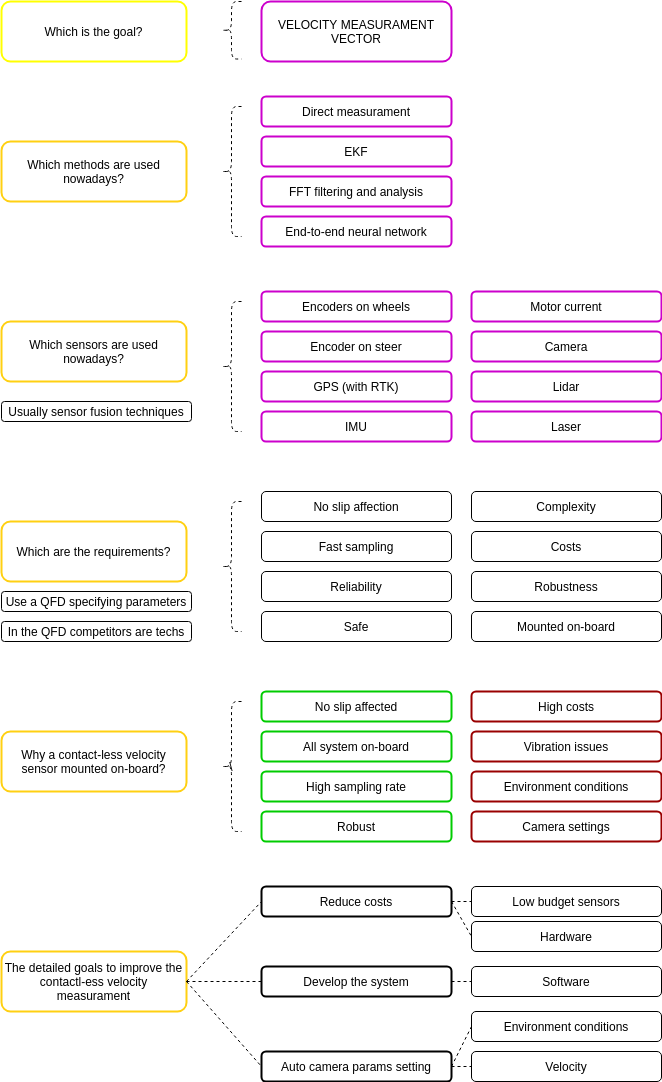
This is flow.png from MatteoSpadetto/race_dv_velocity, a draw.io export, as it was before one commit. Source tidied: cells renumbered, new cells last; positions are measured from the earlier drawing's top-left corner, leaving out a move shared by most shapes.
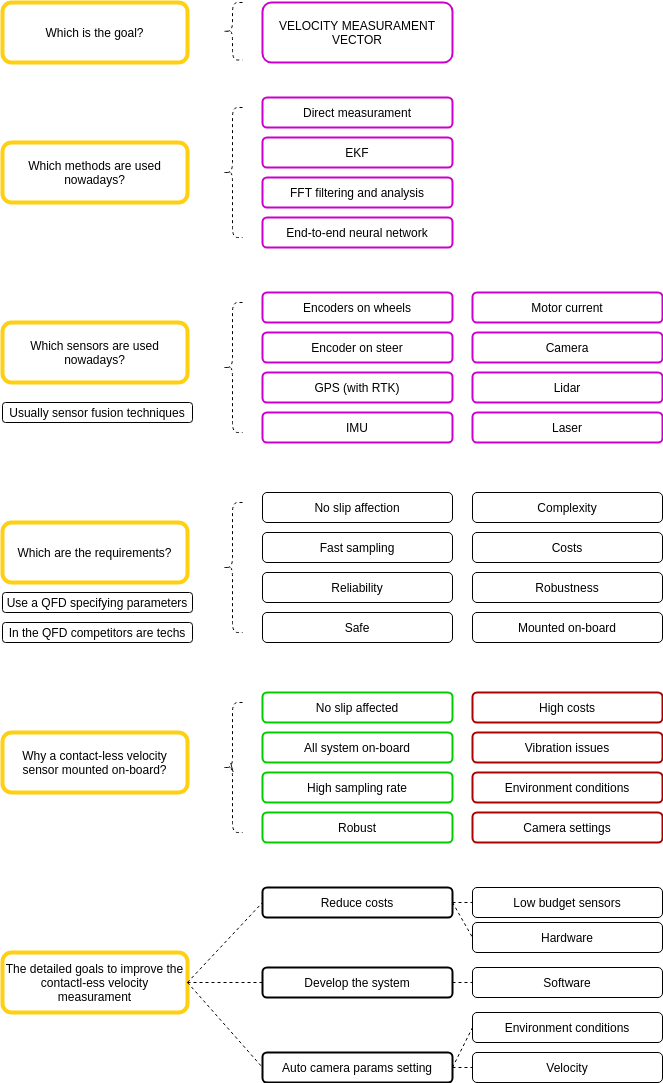
The same file after the commit.

Diff of the diagram source:
```diff
@@ -2,10 +2,10 @@
   <root>
     <mxCell id="0" />
     <mxCell id="1" parent="0" />
-    <mxCell id="2" value="Which is the goal?" style="whiteSpace=wrap;html=1;rounded=1;strokeColor=#FFFF00;strokeWidth=2;" parent="1" vertex="1">
+    <mxCell id="2" value="Which is the goal?" style="whiteSpace=wrap;html=1;rounded=1;strokeWidth=4;strokeColor=#FFD012;" parent="1" vertex="1">
       <mxGeometry width="185" height="60" as="geometry" />
     </mxCell>
-    <mxCell id="3" value="Which methods are used nowadays?" style="whiteSpace=wrap;html=1;rounded=1;strokeWidth=2;strokeColor=#FFD012;" parent="1" vertex="1">
+    <mxCell id="3" value="Which methods are used nowadays?" style="whiteSpace=wrap;html=1;rounded=1;strokeWidth=4;strokeColor=#FFD012;" parent="1" vertex="1">
       <mxGeometry y="140" width="185" height="60" as="geometry" />
     </mxCell>
     <mxCell id="4" value="VELOCITY MEASURAMENT VECTOR" style="whiteSpace=wrap;html=1;rounded=1;strokeColor=#CC00CC;strokeWidth=2;" parent="1" vertex="1">
@@ -26,7 +26,7 @@
     <mxCell id="9" value="Direct measurament" style="whiteSpace=wrap;html=1;rounded=1;strokeColor=#CC00CC;strokeWidth=2;" parent="1" vertex="1">
       <mxGeometry x="260" y="95" width="190" height="30" as="geometry" />
     </mxCell>
-    <mxCell id="10" value="Which sensors are used nowadays?" style="whiteSpace=wrap;html=1;rounded=1;strokeWidth=2;strokeColor=#FFD012;" parent="1" vertex="1">
+    <mxCell id="10" value="Which sensors are used nowadays?" style="whiteSpace=wrap;html=1;rounded=1;strokeWidth=4;strokeColor=#FFD012;" parent="1" vertex="1">
       <mxGeometry y="320" width="185" height="60" as="geometry" />
     </mxCell>
     <mxCell id="11" value="FFT filtering and analysis" style="whiteSpace=wrap;html=1;rounded=1;strokeColor=#CC00CC;strokeWidth=2;" parent="1" vertex="1">
@@ -53,7 +53,7 @@
     <mxCell id="18" value="Encoder on steer" style="whiteSpace=wrap;html=1;rounded=1;strokeColor=#CC00CC;strokeWidth=2;" parent="1" vertex="1">
       <mxGeometry x="260" y="330" width="190" height="30" as="geometry" />
     </mxCell>
-    <mxCell id="19" value="Which are the requirements?" style="whiteSpace=wrap;html=1;rounded=1;strokeWidth=2;strokeColor=#FFD012;" parent="1" vertex="1">
+    <mxCell id="19" value="Which are the requirements?" style="whiteSpace=wrap;html=1;rounded=1;strokeWidth=4;strokeColor=#FFD012;" parent="1" vertex="1">
       <mxGeometry y="520" width="185" height="60" as="geometry" />
     </mxCell>
     <mxCell id="20" value="Use a QFD specifying parameters" style="whiteSpace=wrap;html=1;rounded=1;" parent="1" vertex="1">
@@ -86,7 +86,7 @@
     <mxCell id="29" value="Fast sampling" style="whiteSpace=wrap;html=1;rounded=1;" parent="1" vertex="1">
       <mxGeometry x="260" y="530" width="190" height="30" as="geometry" />
     </mxCell>
-    <mxCell id="30" value="Why a contact-less velocity sensor mounted on-board?" style="whiteSpace=wrap;html=1;rounded=1;strokeWidth=2;strokeColor=#FFD012;" parent="1" vertex="1">
+    <mxCell id="30" value="Why a contact-less velocity sensor mounted on-board?" style="whiteSpace=wrap;html=1;rounded=1;strokeWidth=4;strokeColor=#FFD012;" parent="1" vertex="1">
       <mxGeometry y="730" width="185" height="60" as="geometry" />
     </mxCell>
     <mxCell id="31" value="No slip affected" style="whiteSpace=wrap;html=1;rounded=1;strokeColor=#00CC00;strokeWidth=2;" parent="1" vertex="1">
@@ -101,19 +101,19 @@
     <mxCell id="34" value="All system on-board" style="whiteSpace=wrap;html=1;rounded=1;strokeColor=#00CC00;strokeWidth=2;" parent="1" vertex="1">
       <mxGeometry x="260" y="730" width="190" height="30" as="geometry" />
     </mxCell>
-    <mxCell id="35" value="High costs" style="whiteSpace=wrap;html=1;rounded=1;strokeColor=#990000;strokeWidth=2;" parent="1" vertex="1">
+    <mxCell id="35" value="High costs" style="whiteSpace=wrap;html=1;rounded=1;strokeWidth=2;strokeColor=#AB0000;" parent="1" vertex="1">
       <mxGeometry x="470" y="690" width="190" height="30" as="geometry" />
     </mxCell>
-    <mxCell id="36" value="Environment conditions" style="whiteSpace=wrap;html=1;rounded=1;strokeColor=#990000;strokeWidth=2;" parent="1" vertex="1">
+    <mxCell id="36" value="Environment conditions" style="whiteSpace=wrap;html=1;rounded=1;strokeWidth=2;strokeColor=#AB0000;" parent="1" vertex="1">
       <mxGeometry x="470" y="770" width="190" height="30" as="geometry" />
     </mxCell>
-    <mxCell id="37" value="Camera settings" style="whiteSpace=wrap;html=1;rounded=1;strokeColor=#990000;strokeWidth=2;" parent="1" vertex="1">
+    <mxCell id="37" value="Camera settings" style="whiteSpace=wrap;html=1;rounded=1;strokeWidth=2;strokeColor=#AB0000;" parent="1" vertex="1">
       <mxGeometry x="470" y="810" width="190" height="30" as="geometry" />
     </mxCell>
-    <mxCell id="38" value="Vibration issues" style="whiteSpace=wrap;html=1;rounded=1;strokeColor=#990000;strokeWidth=2;" parent="1" vertex="1">
+    <mxCell id="38" value="Vibration issues" style="whiteSpace=wrap;html=1;rounded=1;strokeWidth=2;strokeColor=#AB0000;" parent="1" vertex="1">
       <mxGeometry x="470" y="730" width="190" height="30" as="geometry" />
     </mxCell>
-    <mxCell id="39" value="The detailed goals to improve the contactl-ess velocity measurament" style="whiteSpace=wrap;html=1;rounded=1;strokeWidth=2;strokeColor=#FFD012;" parent="1" vertex="1">
+    <mxCell id="39" value="The detailed goals to improve the contactl-ess velocity measurament" style="whiteSpace=wrap;html=1;rounded=1;strokeWidth=4;strokeColor=#FFD012;" parent="1" vertex="1">
       <mxGeometry y="950" width="185" height="60" as="geometry" />
     </mxCell>
     <mxCell id="40" value="Reduce costs" style="whiteSpace=wrap;html=1;rounded=1;strokeWidth=2;" parent="1" vertex="1">
```
